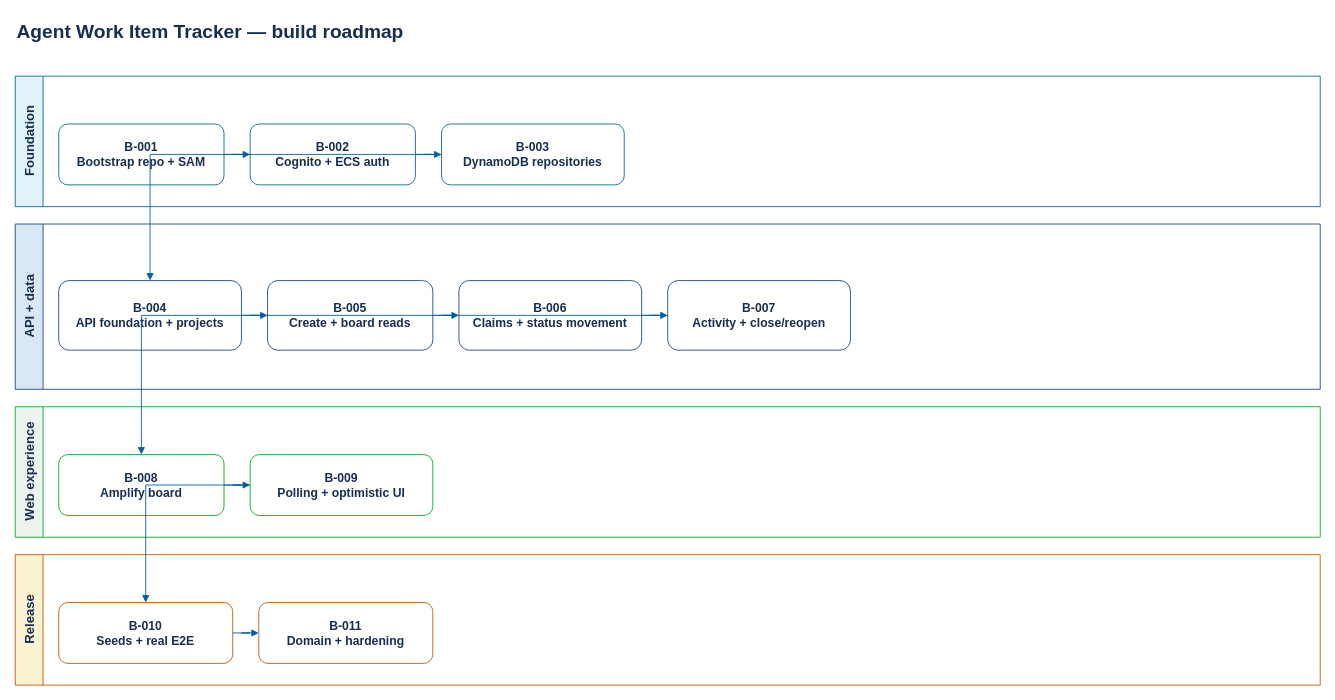
stevezieglerva/agent-workflow-queue keeps this draw.io diagram as plans/001-agent-work-item-tracker/build-roadmap.drawio. Above is the earlier version. Source tidied: cells renumbered, new cells numbered last; positions are measured from the earlier drawing's top-left corner, leaving out a move shared by most shapes. Both pictures are drawn from the tidied source at 87%, with x=0, y=0 at pixel (15, 15).
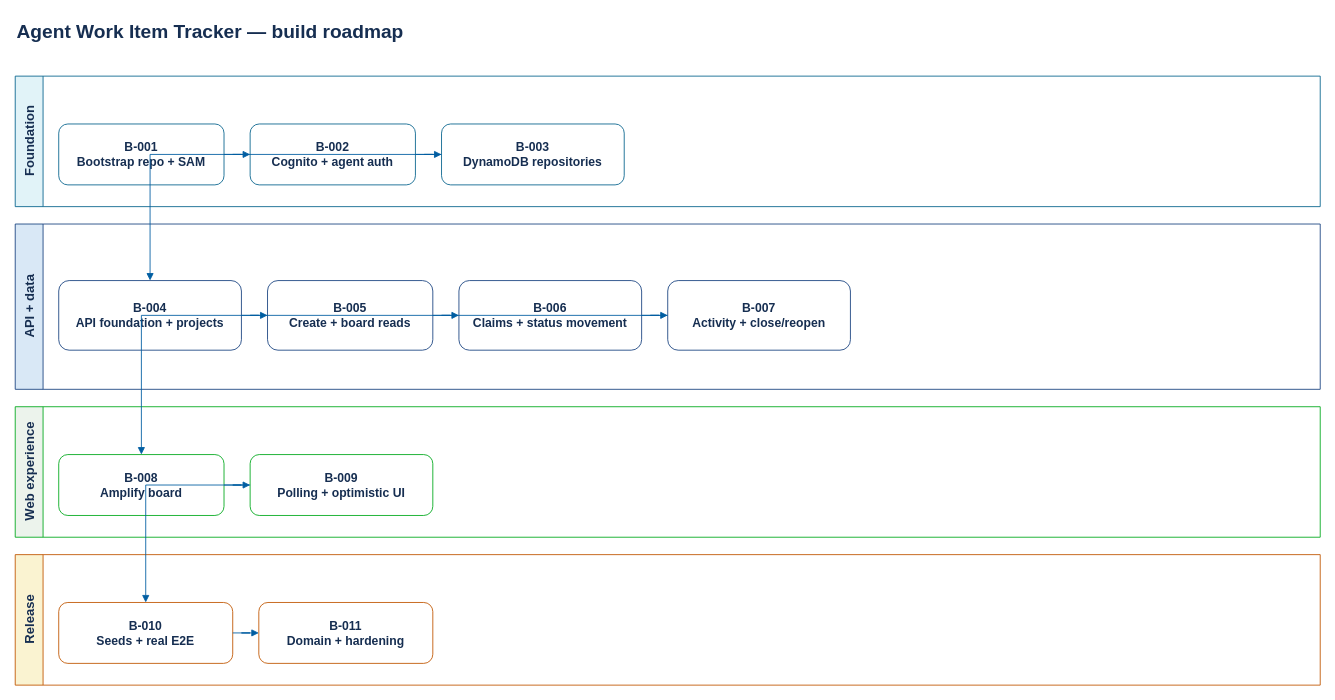
The same page after the edit.

Commit message (it also covers changes not shown here):
Rename machine auth to agent credentials

The change refers to these unchanged cells:
```xml
<mxCell id="3" value="Foundation" style="swimlane;html=1;horizontal=0;startSize=32;fillColor=#e1f3f8;strokeColor=#07648d;fontColor=#162e51;fontStyle=1;fontSize=15;" parent="1" vertex="1">
  <mxGeometry y="70" width="1500" height="150" as="geometry" />
</mxCell>
```

Change to the diagram source:
```diff
@@
-    <mxCell id="8" value="B-002&lt;br&gt;Cognito + ECS auth" style="rounded=1;whiteSpace=wrap;html=1;fillColor=#ffffff;strokeColor=#07648d;fontColor=#162e51;fontSize=14;fontStyle=1;" parent="3" vertex="1">
+    <mxCell id="8" value="B-002&lt;br&gt;Cognito + agent auth" style="rounded=1;whiteSpace=wrap;html=1;fillColor=#ffffff;strokeColor=#07648d;fontColor=#162e51;fontSize=14;fontStyle=1;" parent="3" vertex="1">
       <mxGeometry x="270" y="55" width="190" height="70" as="geometry" />
     </mxCell>
```
